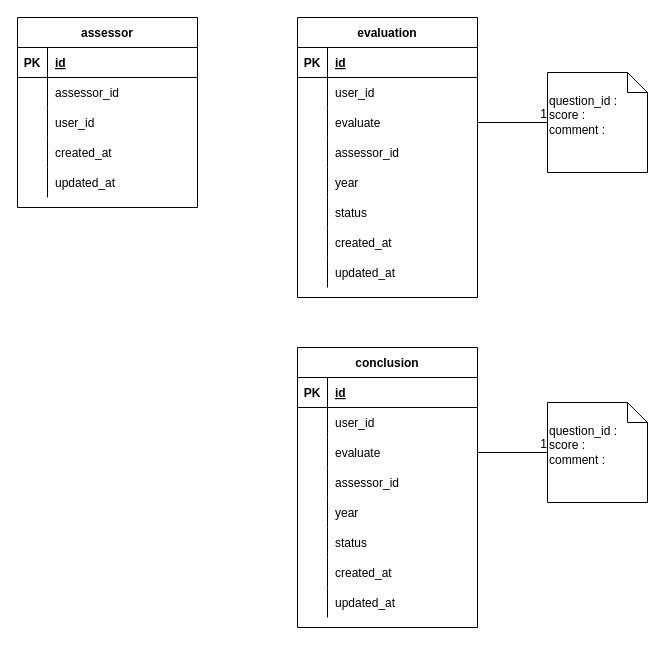
Before: page "Evaluation" (3 of 3) of Eva.drawio in gumpon/evatest, a draw.io diagram. Source tidied: cells renumbered, new cells numbered last; positions are measured from the earlier drawing's top-left corner, leaving out a move shared by most shapes. Both pictures are drawn from the tidied source at 100%, with x=0, y=0 at pixel (17, 17).
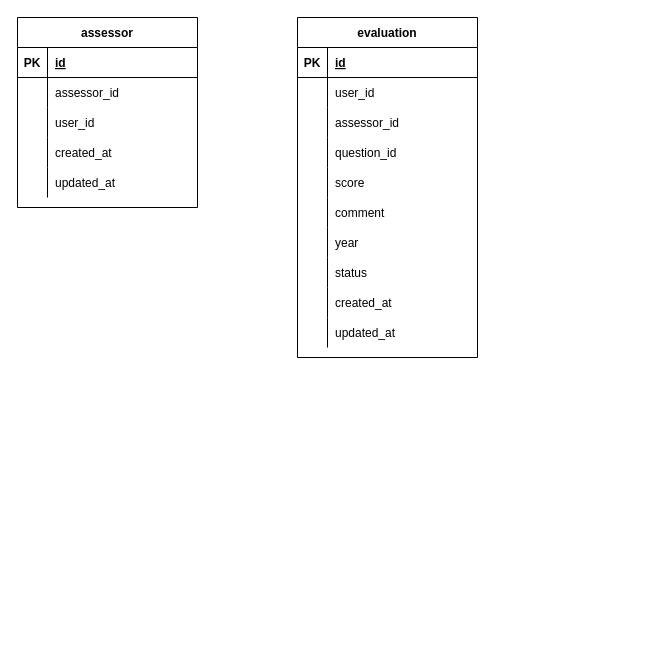
Above is the later version.

Commit message:
Update evaluation table Eva.drawio

The edit, as a diff of the source:
```diff
@@
-    <mxCell id="2" value="&lt;span&gt;question_id :&lt;br&gt;&lt;/span&gt;&lt;span&gt;score :&amp;nbsp;&lt;br&gt;&lt;/span&gt;&lt;span&gt;comment :&lt;/span&gt;&lt;span&gt;&lt;br&gt;&lt;br&gt;&lt;/span&gt;" style="shape=note;size=20;whiteSpace=wrap;html=1;align=left;" parent="1" vertex="1">
-      <mxGeometry x="530" y="55" width="100" height="100" as="geometry" />
-    </mxCell>
-    <mxCell id="3" style="endArrow=none;html=1;rounded=0;exitX=1;exitY=0.5;exitDx=0;exitDy=0;" parent="1" edge="1" source="31" target="2">
-      <mxGeometry relative="1" as="geometry" />
-    </mxCell>
-    <mxCell id="4" value="1" style="html=1;align=right;verticalAlign=bottom;" parent="3" vertex="1">
-      <mxGeometry x="1" relative="1" as="geometry" />
-    </mxCell>
-    <mxCell id="5" value="&lt;span&gt;question_id :&lt;br&gt;&lt;/span&gt;&lt;span&gt;score :&amp;nbsp;&lt;br&gt;&lt;/span&gt;&lt;span&gt;comment :&lt;/span&gt;&lt;span&gt;&lt;br&gt;&lt;br&gt;&lt;/span&gt;" style="shape=note;size=20;whiteSpace=wrap;html=1;align=left;" parent="1" vertex="1">
-      <mxGeometry x="530" y="385" width="100" height="100" as="geometry" />
-    </mxCell>
-    <mxCell id="6" style="endArrow=none;html=1;rounded=0;exitX=1;exitY=0.5;exitDx=0;exitDy=0;" parent="1" edge="1" source="56" target="5">
-      <mxGeometry relative="1" as="geometry" />
-    </mxCell>
-    <mxCell id="7" value="1" style="html=1;align=right;verticalAlign=bottom;" parent="6" vertex="1">
-      <mxGeometry x="1" relative="1" as="geometry" />
-    </mxCell>
@@
     <mxCell id="24" value="evaluation" style="shape=table;startSize=30;childLayout=tableLayout;rowLines=0;fontStyle=1;align=center;" parent="1" vertex="1">
-      <mxGeometry x="280" width="180" height="280" as="geometry" />
+      <mxGeometry x="280" width="180" height="340" as="geometry" />
     </mxCell>
@@
-    <mxCell id="31" style="shape=partialRectangle;fillColor=none;top=0;left=0;bottom=0;right=0;points=[[0,0.5],[1,0.5]];portConstraint=eastwest;" parent="24" vertex="1">
-      <mxGeometry y="90" width="180" height="30" as="geometry" />
-    </mxCell>
-    <mxCell id="32" style="shape=partialRectangle;fillColor=none;top=0;left=0;bottom=0;right=0;overflow=hidden;" parent="31" vertex="1">
-      <mxGeometry width="30" height="30" as="geometry" />
-    </mxCell>
-    <mxCell id="33" value="evaluate" style="shape=partialRectangle;fillColor=none;top=0;left=0;bottom=0;right=0;align=left;spacingLeft=6;overflow=hidden;" parent="31" vertex="1">
-      <mxGeometry x="30" width="150" height="30" as="geometry" />
-    </mxCell>
     <mxCell id="34" style="shape=partialRectangle;fillColor=none;top=0;left=0;bottom=0;right=0;" parent="24" vertex="1">
-      <mxGeometry y="120" width="180" height="30" as="geometry" />
+      <mxGeometry y="90" width="180" height="30" as="geometry" />
     </mxCell>
@@
     <mxCell id="37" style="shape=partialRectangle;fillColor=none;top=0;left=0;bottom=0;right=0;" parent="24" vertex="1">
-      <mxGeometry y="150" width="180" height="30" as="geometry" />
+      <mxGeometry y="120" width="180" height="30" as="geometry" />
     </mxCell>
@@
-    <mxCell id="39" value="year" style="shape=partialRectangle;fillColor=none;top=0;left=0;bottom=0;right=0;align=left;spacingLeft=6;overflow=hidden;" parent="37" vertex="1">
+    <mxCell id="39" value="question_id" style="shape=partialRectangle;fillColor=none;top=0;left=0;bottom=0;right=0;align=left;spacingLeft=6;overflow=hidden;" parent="37" vertex="1">
       <mxGeometry x="30" width="150" height="30" as="geometry" />
     </mxCell>
     <mxCell id="40" style="shape=partialRectangle;fillColor=none;top=0;left=0;bottom=0;right=0;" parent="24" vertex="1">
-      <mxGeometry y="180" width="180" height="30" as="geometry" />
+      <mxGeometry y="150" width="180" height="30" as="geometry" />
     </mxCell>
@@
-    <mxCell id="42" value="status" style="shape=partialRectangle;fillColor=none;top=0;left=0;bottom=0;right=0;align=left;spacingLeft=6;overflow=hidden;" parent="40" vertex="1">
+    <mxCell id="42" value="score" style="shape=partialRectangle;fillColor=none;top=0;left=0;bottom=0;right=0;align=left;spacingLeft=6;overflow=hidden;" parent="40" vertex="1">
       <mxGeometry x="30" width="150" height="30" as="geometry" />
     </mxCell>
     <mxCell id="43" style="shape=partialRectangle;fillColor=none;top=0;left=0;bottom=0;right=0;" parent="24" vertex="1">
-      <mxGeometry y="210" width="180" height="30" as="geometry" />
+      <mxGeometry y="180" width="180" height="30" as="geometry" />
     </mxCell>
@@
-    <mxCell id="45" value="created_at" style="shape=partialRectangle;fillColor=none;top=0;left=0;bottom=0;right=0;align=left;spacingLeft=6;overflow=hidden;" parent="43" vertex="1">
+    <mxCell id="45" value="comment" style="shape=partialRectangle;fillColor=none;top=0;left=0;bottom=0;right=0;align=left;spacingLeft=6;overflow=hidden;" parent="43" vertex="1">
       <mxGeometry x="30" width="150" height="30" as="geometry" />
     </mxCell>
     <mxCell id="46" style="shape=partialRectangle;fillColor=none;top=0;left=0;bottom=0;right=0;" parent="24" vertex="1">
-      <mxGeometry y="240" width="180" height="30" as="geometry" />
+      <mxGeometry y="210" width="180" height="30" as="geometry" />
     </mxCell>
@@
-    <mxCell id="48" value="updated_at" style="shape=partialRectangle;fillColor=none;top=0;left=0;bottom=0;right=0;align=left;spacingLeft=6;overflow=hidden;" parent="46" vertex="1">
+    <mxCell id="48" value="year" style="shape=partialRectangle;fillColor=none;top=0;left=0;bottom=0;right=0;align=left;spacingLeft=6;overflow=hidden;" parent="46" vertex="1">
       <mxGeometry x="30" width="150" height="30" as="geometry" />
     </mxCell>
-    <mxCell id="49" value="conclusion" style="shape=table;startSize=30;childLayout=tableLayout;rowLines=0;fontStyle=1;align=center;" parent="1" vertex="1">
-      <mxGeometry x="280" y="330" width="180" height="280" as="geometry" />
-    </mxCell>
-    <mxCell id="50" style="shape=partialRectangle;fillColor=none;top=0;left=0;bottom=1;right=0;" parent="49" vertex="1">
-      <mxGeometry y="30" width="180" height="30" as="geometry" />
-    </mxCell>
-    <mxCell id="51" value="PK" style="shape=partialRectangle;fillColor=none;top=0;left=0;bottom=0;right=0;fontStyle=1;overflow=hidden;" parent="50" vertex="1">
-      <mxGeometry width="30" height="30" as="geometry" />
-    </mxCell>
-    <mxCell id="52" value="id" style="shape=partialRectangle;fillColor=none;top=0;left=0;bottom=0;right=0;align=left;spacingLeft=6;fontStyle=5;overflow=hidden;" parent="50" vertex="1">
-      <mxGeometry x="30" width="150" height="30" as="geometry" />
-    </mxCell>
-    <mxCell id="53" style="shape=partialRectangle;fillColor=none;top=0;left=0;bottom=0;right=0;" parent="49" vertex="1">
-      <mxGeometry y="60" width="180" height="30" as="geometry" />
-    </mxCell>
-    <mxCell id="54" style="shape=partialRectangle;fillColor=none;top=0;left=0;bottom=0;right=0;overflow=hidden;" parent="53" vertex="1">
-      <mxGeometry width="30" height="30" as="geometry" />
-    </mxCell>
-    <mxCell id="55" value="user_id" style="shape=partialRectangle;fillColor=none;top=0;left=0;bottom=0;right=0;align=left;spacingLeft=6;overflow=hidden;" parent="53" vertex="1">
-      <mxGeometry x="30" width="150" height="30" as="geometry" />
-    </mxCell>
-    <mxCell id="56" style="shape=partialRectangle;fillColor=none;top=0;left=0;bottom=0;right=0;points=[[0,0.5],[1,0.5]];portConstraint=eastwest;" parent="49" vertex="1">
-      <mxGeometry y="90" width="180" height="30" as="geometry" />
-    </mxCell>
-    <mxCell id="57" style="shape=partialRectangle;fillColor=none;top=0;left=0;bottom=0;right=0;overflow=hidden;" parent="56" vertex="1">
-      <mxGeometry width="30" height="30" as="geometry" />
-    </mxCell>
-    <mxCell id="58" value="evaluate" style="shape=partialRectangle;fillColor=none;top=0;left=0;bottom=0;right=0;align=left;spacingLeft=6;overflow=hidden;" parent="56" vertex="1">
-      <mxGeometry x="30" width="150" height="30" as="geometry" />
-    </mxCell>
-    <mxCell id="59" style="shape=partialRectangle;fillColor=none;top=0;left=0;bottom=0;right=0;" parent="49" vertex="1">
-      <mxGeometry y="120" width="180" height="30" as="geometry" />
-    </mxCell>
-    <mxCell id="60" style="shape=partialRectangle;fillColor=none;top=0;left=0;bottom=0;right=0;overflow=hidden;" parent="59" vertex="1">
-      <mxGeometry width="30" height="30" as="geometry" />
-    </mxCell>
-    <mxCell id="61" value="assessor_id" style="shape=partialRectangle;fillColor=none;top=0;left=0;bottom=0;right=0;align=left;spacingLeft=6;overflow=hidden;" parent="59" vertex="1">
-      <mxGeometry x="30" width="150" height="30" as="geometry" />
-    </mxCell>
-    <mxCell id="62" style="shape=partialRectangle;fillColor=none;top=0;left=0;bottom=0;right=0;" parent="49" vertex="1">
-      <mxGeometry y="150" width="180" height="30" as="geometry" />
-    </mxCell>
-    <mxCell id="63" style="shape=partialRectangle;fillColor=none;top=0;left=0;bottom=0;right=0;overflow=hidden;" parent="62" vertex="1">
-      <mxGeometry width="30" height="30" as="geometry" />
-    </mxCell>
-    <mxCell id="64" value="year" style="shape=partialRectangle;fillColor=none;top=0;left=0;bottom=0;right=0;align=left;spacingLeft=6;overflow=hidden;" parent="62" vertex="1">
-      <mxGeometry x="30" width="150" height="30" as="geometry" />
-    </mxCell>
-    <mxCell id="65" style="shape=partialRectangle;fillColor=none;top=0;left=0;bottom=0;right=0;" parent="49" vertex="1">
-      <mxGeometry y="180" width="180" height="30" as="geometry" />
-    </mxCell>
-    <mxCell id="66" style="shape=partialRectangle;fillColor=none;top=0;left=0;bottom=0;right=0;overflow=hidden;" parent="65" vertex="1">
-      <mxGeometry width="30" height="30" as="geometry" />
-    </mxCell>
+    <mxCell id="71" style="shape=partialRectangle;fillColor=none;top=0;left=0;bottom=0;right=0;" parent="24" vertex="1">
+      <mxGeometry y="240" width="180" height="30" as="geometry" />
+    </mxCell>
+    <mxCell id="74" style="shape=partialRectangle;fillColor=none;top=0;left=0;bottom=0;right=0;overflow=hidden;" parent="71" vertex="1">
+      <mxGeometry width="30" height="30" as="geometry" />
+    </mxCell>
-    <mxCell id="67" value="status" style="shape=partialRectangle;fillColor=none;top=0;left=0;bottom=0;right=0;align=left;spacingLeft=6;overflow=hidden;" parent="65" vertex="1">
+    <mxCell id="67" value="status" style="shape=partialRectangle;fillColor=none;top=0;left=0;bottom=0;right=0;align=left;spacingLeft=6;overflow=hidden;" parent="71" vertex="1">
       <mxGeometry x="30" width="150" height="30" as="geometry" />
     </mxCell>
-    <mxCell id="68" style="shape=partialRectangle;fillColor=none;top=0;left=0;bottom=0;right=0;" parent="49" vertex="1">
-      <mxGeometry y="210" width="180" height="30" as="geometry" />
-    </mxCell>
-    <mxCell id="69" style="shape=partialRectangle;fillColor=none;top=0;left=0;bottom=0;right=0;overflow=hidden;" parent="68" vertex="1">
-      <mxGeometry width="30" height="30" as="geometry" />
-    </mxCell>
+    <mxCell id="75" style="shape=partialRectangle;fillColor=none;top=0;left=0;bottom=0;right=0;" parent="24" vertex="1">
+      <mxGeometry y="270" width="180" height="30" as="geometry" />
+    </mxCell>
+    <mxCell id="76" style="shape=partialRectangle;fillColor=none;top=0;left=0;bottom=0;right=0;overflow=hidden;" parent="75" vertex="1">
+      <mxGeometry width="30" height="30" as="geometry" />
+    </mxCell>
-    <mxCell id="70" value="created_at" style="shape=partialRectangle;fillColor=none;top=0;left=0;bottom=0;right=0;align=left;spacingLeft=6;overflow=hidden;" parent="68" vertex="1">
+    <mxCell id="70" value="created_at" style="shape=partialRectangle;fillColor=none;top=0;left=0;bottom=0;right=0;align=left;spacingLeft=6;overflow=hidden;" parent="75" vertex="1">
       <mxGeometry x="30" width="150" height="30" as="geometry" />
     </mxCell>
-    <mxCell id="71" style="shape=partialRectangle;fillColor=none;top=0;left=0;bottom=0;right=0;" parent="49" vertex="1">
-      <mxGeometry y="240" width="180" height="30" as="geometry" />
-    </mxCell>
-    <mxCell id="72" style="shape=partialRectangle;fillColor=none;top=0;left=0;bottom=0;right=0;overflow=hidden;" parent="71" vertex="1">
-      <mxGeometry width="30" height="30" as="geometry" />
-    </mxCell>
+    <mxCell id="77" style="shape=partialRectangle;fillColor=none;top=0;left=0;bottom=0;right=0;" parent="24" vertex="1">
+      <mxGeometry y="300" width="180" height="30" as="geometry" />
+    </mxCell>
+    <mxCell id="78" style="shape=partialRectangle;fillColor=none;top=0;left=0;bottom=0;right=0;overflow=hidden;" parent="77" vertex="1">
+      <mxGeometry width="30" height="30" as="geometry" />
+    </mxCell>
-    <mxCell id="73" value="updated_at" style="shape=partialRectangle;fillColor=none;top=0;left=0;bottom=0;right=0;align=left;spacingLeft=6;overflow=hidden;" parent="71" vertex="1">
+    <mxCell id="73" value="updated_at" style="shape=partialRectangle;fillColor=none;top=0;left=0;bottom=0;right=0;align=left;spacingLeft=6;overflow=hidden;" parent="77" vertex="1">
       <mxGeometry x="30" width="150" height="30" as="geometry" />
     </mxCell>
```
